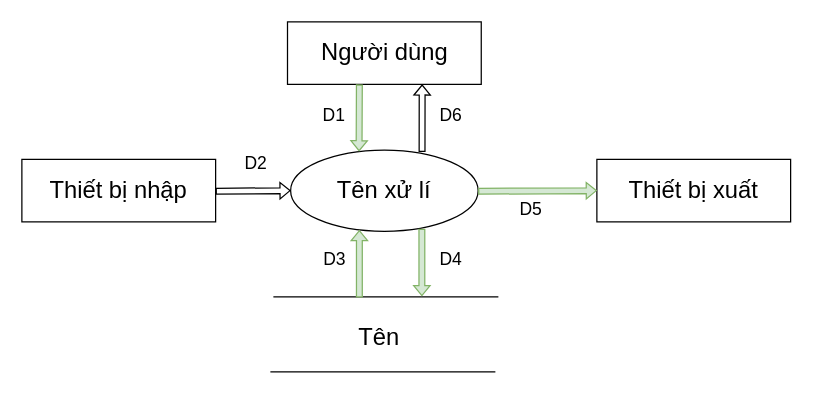
This is CheckUrDFDForNewStrategyOption.drawio from ht-N/NMCNPM, a draw.io file, before an edit. Source tidied: cells renumbered, new cells numbered last; positions are measured from the earlier drawing's top-left corner, leaving out a move shared by most shapes. Both pictures are drawn from the tidied source at 125%, with x=0, y=0 at pixel (21, 21).
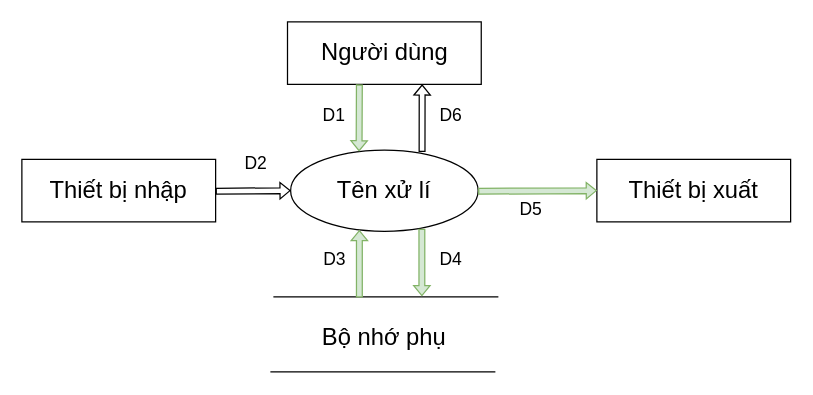
After the change.

The edit, as a diff of the source:
```diff
@@
-    <mxCell id="7" value="Tên" style="text;html=1;align=center;verticalAlign=middle;whiteSpace=wrap;rounded=0;fontSize=19;" parent="1" vertex="1">
-      <mxGeometry x="255.8" y="238" width="60" height="30" as="geometry" />
+    <mxCell id="7" value="Bộ nhớ phụ" style="text;html=1;align=center;verticalAlign=middle;whiteSpace=wrap;rounded=0;fontSize=19;" parent="1" vertex="1">
+      <mxGeometry x="237.9" y="238" width="104.2" height="30" as="geometry" />
     </mxCell>
```
